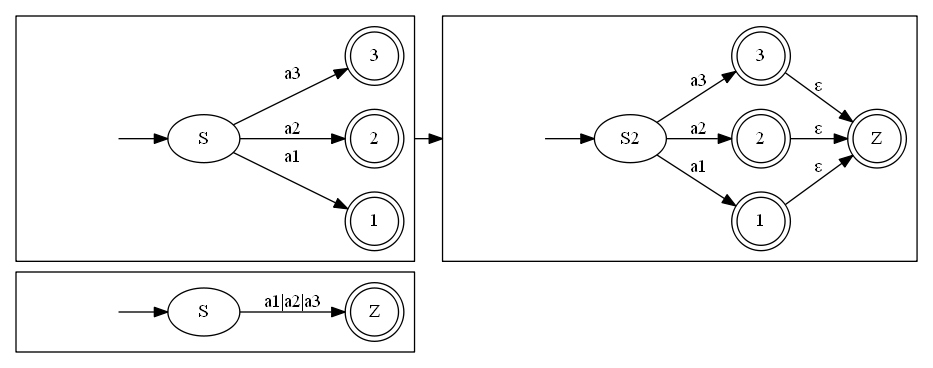
Ynjxsjmh/ynjxsjmh.github.io keeps this Graphviz diagram as img/2019/2019-03-21-stop-state.png. Above is the earlier version. Its source is kept beside it as img/2019/2019-03-21-stop-state.dot.
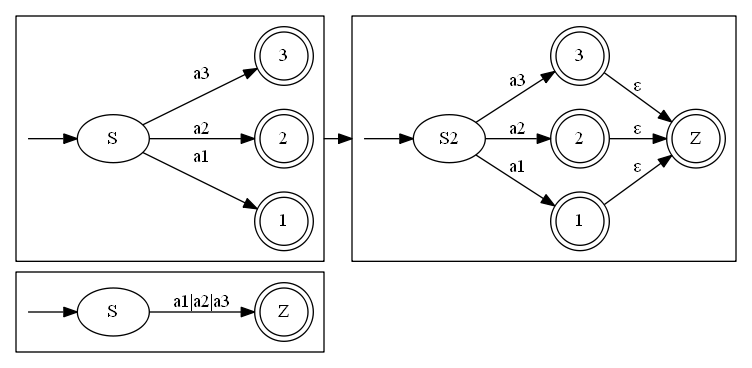
Above is the later version.

Change to the diagram source:
```diff
@@ -5,7 +5,7 @@
 
     subgraph cluster3 {
         S3 [label="S"];
-        begin3 [style=invis];
+        begin3 [style=invis, fixedsize=true, width=0.01];
         Z3 [label="Z" shape=doublecircle];
         begin3 -> S3;
         S3 -> Z3 [label="a1|a2|a3"];
@@ -15,7 +15,7 @@
         cluster1_one [label="1" shape=doublecircle];
         cluster1_two [label="2" shape=doublecircle];
         cluster1_three [label="3" shape=doublecircle];
-        begin1 [style=invis];
+        begin1 [style=invis, fixedsize=true, width=0.01];
         S1 [label="S"];
         begin1 -> S1;
         S1 -> cluster1_one [label="a1"];
@@ -27,7 +27,7 @@
         cluster2_one [label="1" shape=doublecircle];
         cluster2_two [label="2" shape=doublecircle];
         cluster2_three [label="3" shape=doublecircle];
-        begin2 [style=invis];
+        begin2 [style=invis, fixedsize=true, width=0.01];
         S2 [label="S2"];
         begin2 -> S2;
         S2 -> cluster2_one [label="a1"];
```
